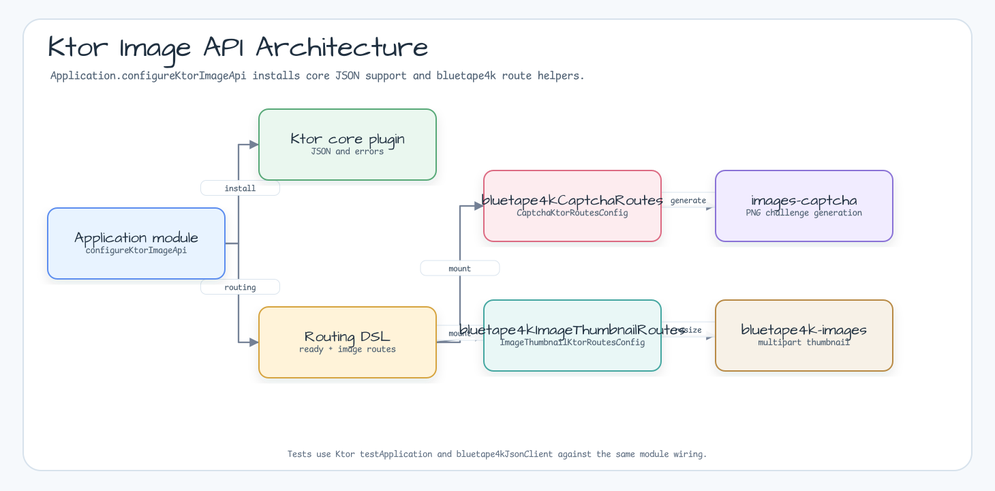
bluetape4k/bluetape4k-image keeps this Graphviz diagram as docs/images/readme-diagrams/examples-ktor-image-api-architecture-01.png. Above is the earlier version. Its source is kept beside it as docs/images/readme-diagrams/examples-ktor-image-api-architecture-01.dot. Source of this version:
```dot
digraph G {
  graph [rankdir=LR, bgcolor="#F6F9FC", margin=0.18, nodesep=0.55, ranksep=0.75];
  node [shape=box, style="rounded,filled", fillcolor="#FFFFFF", color="#9AA8B8", fontname="Comic Mono", fontsize=11];
  edge [color="#758297", fontname="Comic Mono", fontsize=9];
  label="Ktor Image API Architecture";
  labelloc="t";
  "app" [label="Application module"];
  "core" [label="Ktor core plugin"];
  "routing" [label="Routing DSL"];
  "captcha" [label="bluetape4kCaptchaRoutes"];
  "thumbnail" [label="bluetape4kImageThumbnailRoutes"];
  "captchaLib" [label="images-captcha"];
  "images" [label="bluetape4k-images"];
  "app" -> "core" [label="install"];
  "app" -> "routing" [label="routing"];
  "routing" -> "captcha" [label="mount"];
  "routing" -> "thumbnail" [label="mount"];
  "captcha" -> "captchaLib" [label="generate"];
  "thumbnail" -> "images" [label="resize"];
}
```
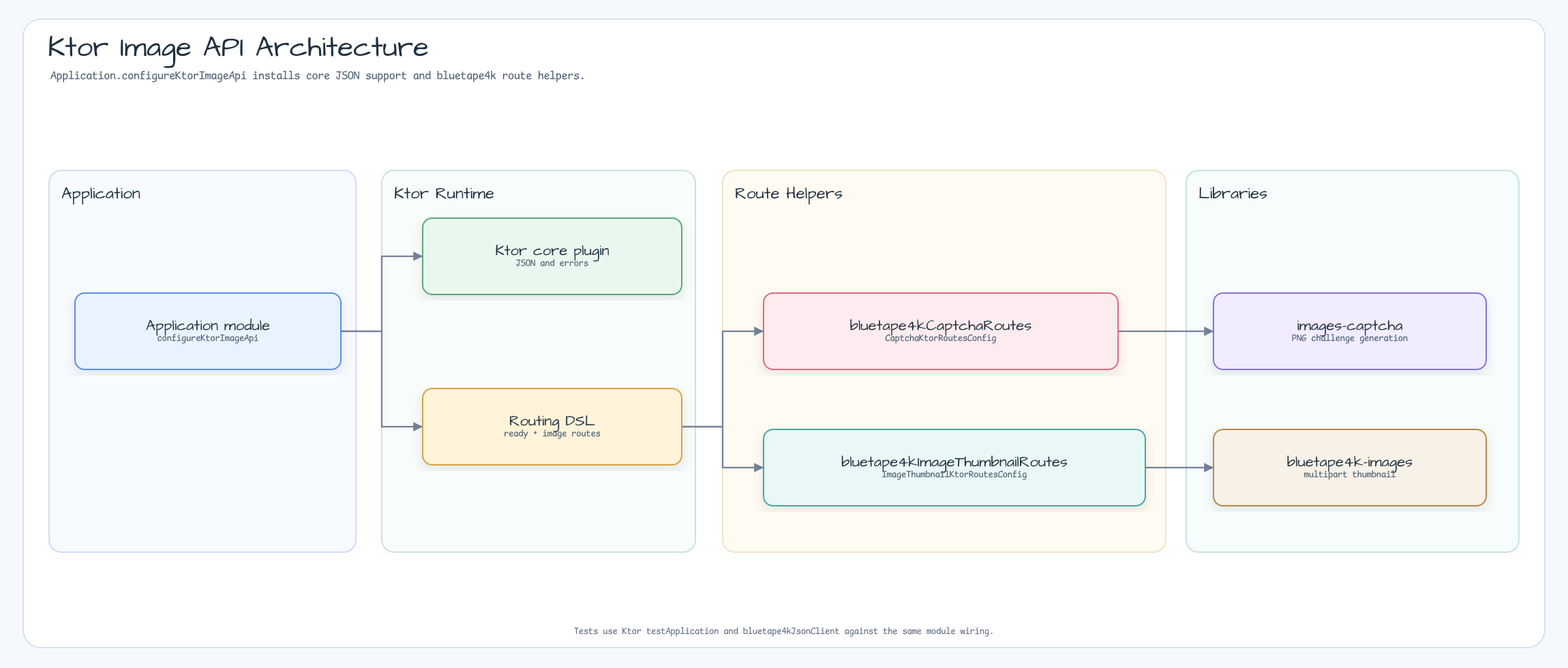
After the change.

What changed in the source:
```diff
@@ -11,10 +11,10 @@
   "thumbnail" [label="bluetape4kImageThumbnailRoutes"];
   "captchaLib" [label="images-captcha"];
   "images" [label="bluetape4k-images"];
-  "app" -> "core" [label="install"];
-  "app" -> "routing" [label="routing"];
-  "routing" -> "captcha" [label="mount"];
-  "routing" -> "thumbnail" [label="mount"];
-  "captcha" -> "captchaLib" [label="generate"];
-  "thumbnail" -> "images" [label="resize"];
+  "app" -> "core" [label=""];
+  "app" -> "routing" [label=""];
+  "routing" -> "captcha" [label=""];
+  "routing" -> "thumbnail" [label=""];
+  "captcha" -> "captchaLib" [label=""];
+  "thumbnail" -> "images" [label=""];
 }
```
